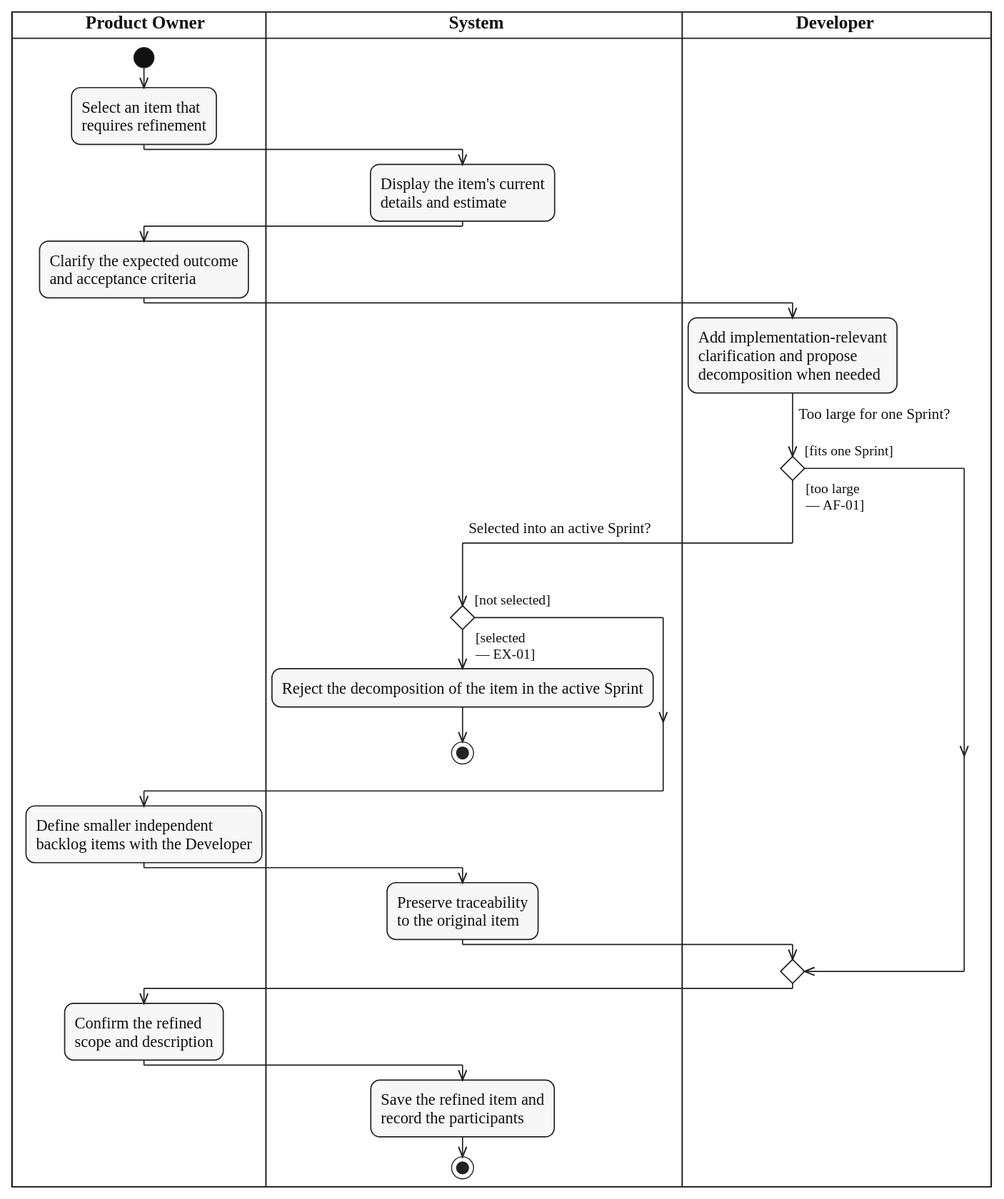
This is diagrams/activity/product-backlog/svg/UC-BACKLOG-ITEM-REFINE.svg from lukenab/swd392-doc-automation, a PlantUML export, as it was before one commit. Its source is kept beside it as diagrams/activity/product-backlog/source/UC-BACKLOG-ITEM-REFINE.puml.
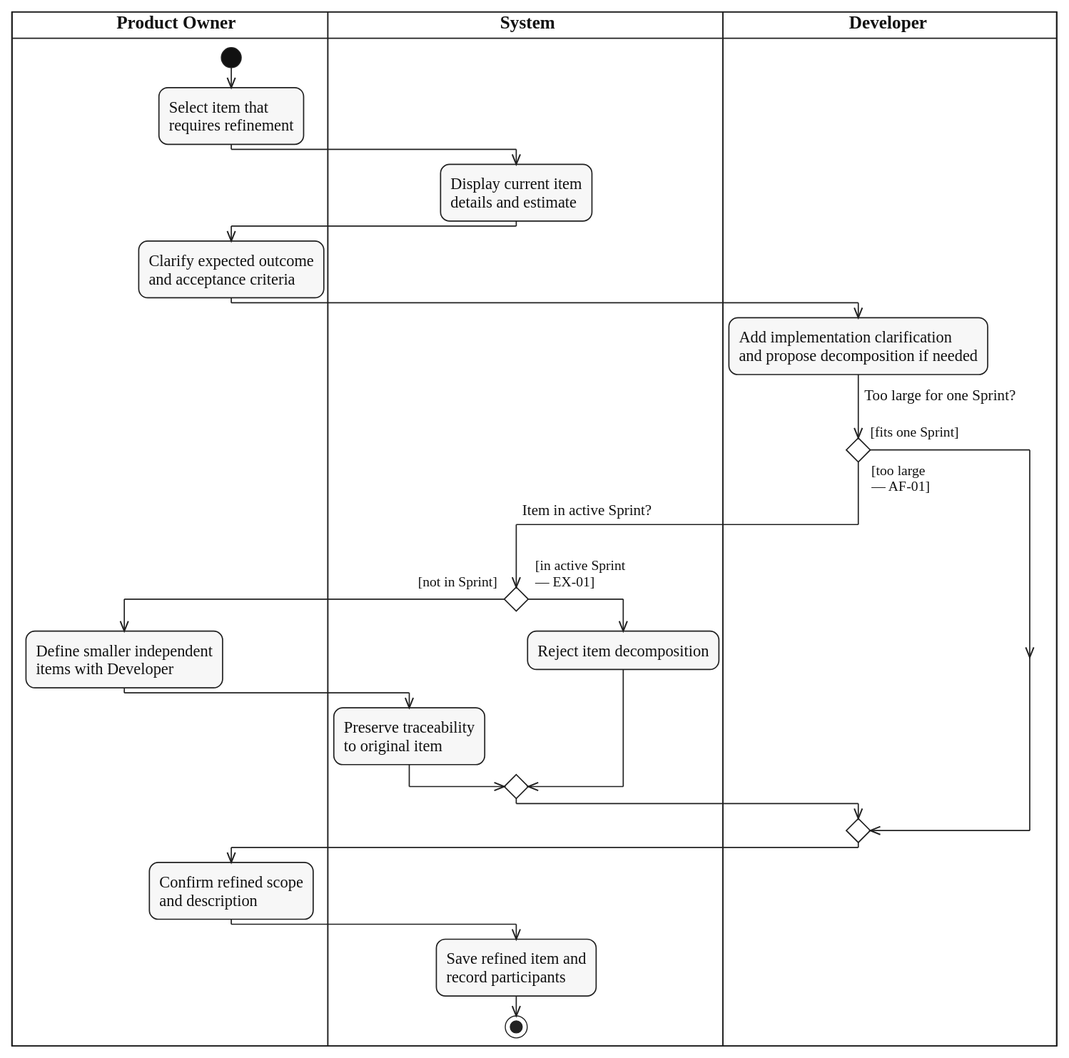
After the commit.

What changed in the source:
```diff
@@ -7,38 +7,37 @@
 
 |PRO|
 start
-:Select an item that
+:Select item that
 requires refinement;
 |SYS|
-:Display the item's current
+:Display current item
 details and estimate;
 |PRO|
-:Clarify the expected outcome
+:Clarify expected outcome
 and acceptance criteria;
 |DEV|
-:Add implementation-relevant
-clarification and propose
-decomposition when needed;
+:Add implementation clarification
+and propose decomposition if needed;
 if ($question("Too large for one Sprint?")) then ($guard_left("[fits one Sprint]"))
 else ($guard_right("[too large", "— AF-01]"))
   |SYS|
-  if ($question_x("Selected into an active Sprint?")) then ($guard_left("[not selected]"))
-  else ($guard_right("[selected", "— EX-01]"))
-    :Reject the decomposition of the item in the active Sprint;
-    stop
+  if ($question_x("Item in active Sprint?")) then ($guard_left("[not in Sprint]"))
+    |PRO|
+    :Define smaller independent
+    items with Developer;
+    |SYS|
+    :Preserve traceability
+    to original item;
+  else ($guard_right("[in active Sprint", "— EX-01]"))
+    |SYS|
+    :Reject item decomposition;
   endif
-  |PRO|
-  :Define smaller independent
-  backlog items with the Developer;
-  |SYS|
-  :Preserve traceability
-  to the original item;
 endif
 |PRO|
-:Confirm the refined
-scope and description;
+:Confirm refined scope
+and description;
 |SYS|
-:Save the refined item and
-record the participants;
+:Save refined item and
+record participants;
 stop
 @enduml
```
